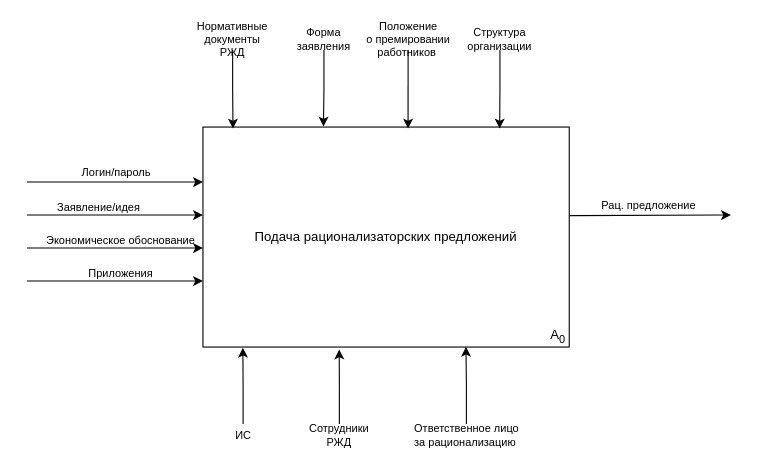
Above: page "IDEF0" (1 of 4) of IDEF0.drawio in Ideas-maker/diagram (draw.io), before the change. Source tidied: cells renumbered, new cells numbered last; positions are measured from the earlier drawing's top-left corner, leaving out a move shared by most shapes. Both pictures are drawn from the tidied source at 110%, with x=0, y=0 at pixel (26, 28).
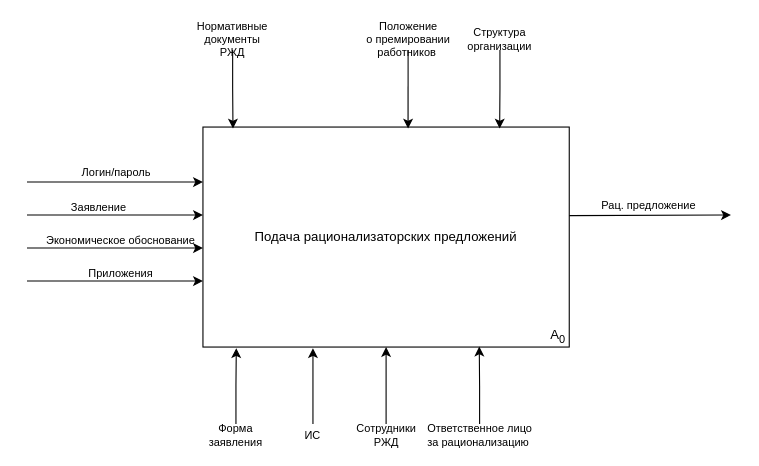
The same diagram, later.

The change refers to these unchanged cells:
```xml
<mxCell id="2" value="Подача рационализаторских предложений" style="rounded=0;whiteSpace=wrap;html=1;" parent="1" vertex="1">
  <mxGeometry x="160" y="90" width="333" height="200" as="geometry" />
</mxCell>
```

Diff of the diagram source:
```diff
@@
-    <mxCell id="7" value="Заявление/идея" style="text;html=1;align=center;verticalAlign=middle;spacingTop=-4;fontSize=10;labelPosition=center;verticalLabelPosition=middle;" parent="1" vertex="1">
-      <mxGeometry x="20" y="160" width="90" height="10" as="geometry" />
+    <mxCell id="7" value="Заявление" style="text;html=1;align=center;verticalAlign=middle;spacingTop=-4;fontSize=10;labelPosition=center;verticalLabelPosition=middle;" parent="1" vertex="1">
+      <mxGeometry x="30" y="160" width="70" height="10" as="geometry" />
     </mxCell>
@@
-    <mxCell id="10" style="edgeStyle=orthogonalEdgeStyle;rounded=0;jettySize=auto;html=1;exitX=0.5;exitY=1;exitDx=0;exitDy=0;entryX=0.329;entryY=-0.002;entryDx=0;entryDy=0;entryPerimeter=0;fontSize=10;" parent="1" edge="1" source="11" target="2">
+    <mxCell id="10" style="edgeStyle=orthogonalEdgeStyle;rounded=0;jettySize=auto;html=1;exitX=0.5;exitY=0;exitDx=0;exitDy=0;entryX=0.091;entryY=1.005;entryDx=0;entryDy=0;entryPerimeter=0;fontSize=10;" parent="1" edge="1" source="11" target="2">
       <mxGeometry relative="1" as="geometry" />
     </mxCell>
     <mxCell id="11" value="Форма заявления" style="text;html=1;strokeColor=none;fillColor=none;align=center;verticalAlign=middle;whiteSpace=wrap;rounded=0;fontSize=10;" parent="1" vertex="1">
-      <mxGeometry x="250" width="40" height="20" as="geometry" />
+      <mxGeometry x="170" y="360" width="40" height="20" as="geometry" />
     </mxCell>
@@
-    <mxCell id="14" style="edgeStyle=orthogonalEdgeStyle;rounded=0;jettySize=auto;html=1;exitX=0.5;exitY=0;exitDx=0;exitDy=0;entryX=0.109;entryY=1.003;entryDx=0;entryDy=0;entryPerimeter=0;fontSize=10;" parent="1" edge="1" source="15" target="2">
-      <mxGeometry relative="1" as="geometry" />
+    <mxCell id="14" style="edgeStyle=orthogonalEdgeStyle;rounded=0;jettySize=auto;html=1;exitX=0.5;exitY=0;exitDx=0;exitDy=0;fontSize=10;" parent="1" edge="1" source="15">
+      <mxGeometry relative="1" as="geometry">
+        <mxPoint x="260" y="291" as="targetPoint" />
+      </mxGeometry>
     </mxCell>
     <mxCell id="15" value="ИС" style="text;html=1;strokeColor=none;fillColor=none;align=center;verticalAlign=middle;whiteSpace=wrap;rounded=0;fontSize=10;" parent="1" vertex="1">
-      <mxGeometry x="176.5" y="360" width="40" height="20" as="geometry" />
+      <mxGeometry x="240" y="360" width="40" height="20" as="geometry" />
     </mxCell>
@@
-    <mxCell id="18" style="edgeStyle=orthogonalEdgeStyle;rounded=0;jettySize=auto;html=1;entryX=0.372;entryY=1.011;entryDx=0;entryDy=0;entryPerimeter=0;fontSize=10;" parent="1" edge="1" source="19" target="2">
+    <mxCell id="18" style="edgeStyle=orthogonalEdgeStyle;rounded=0;jettySize=auto;html=1;entryX=0.5;entryY=1;entryDx=0;entryDy=0;fontSize=10;" parent="1" edge="1" source="19" target="2">
       <mxGeometry relative="1" as="geometry" />
     </mxCell>
     <mxCell id="19" value="Сотрудники РЖД" style="text;html=1;strokeColor=none;fillColor=none;align=center;verticalAlign=middle;whiteSpace=wrap;rounded=0;fontSize=10;" parent="1" vertex="1">
-      <mxGeometry x="264" y="360" width="40" height="20" as="geometry" />
+      <mxGeometry x="306.5" y="360" width="40" height="20" as="geometry" />
     </mxCell>
-    <mxCell id="20" style="edgeStyle=orthogonalEdgeStyle;rounded=0;jettySize=auto;html=1;exitX=0.5;exitY=0;exitDx=0;exitDy=0;entryX=0.718;entryY=0.999;entryDx=0;entryDy=0;entryPerimeter=0;fontSize=10;" parent="1" edge="1" source="21" target="2">
-      <mxGeometry relative="1" as="geometry" />
+    <mxCell id="20" style="edgeStyle=orthogonalEdgeStyle;rounded=0;jettySize=auto;html=1;exitX=0.5;exitY=0;exitDx=0;exitDy=0;entryX=0.718;entryY=0.999;entryDx=0;entryDy=0;entryPerimeter=0;fontSize=10;" parent="1" edge="1" source="21">
+      <mxGeometry relative="1" as="geometry">
+        <mxPoint x="411.2" y="289.6" as="targetPoint" />
+      </mxGeometry>
     </mxCell>
     <mxCell id="21" value="Ответственное лицо за рационализацию&amp;nbsp;" style="text;html=1;strokeColor=none;fillColor=none;align=center;verticalAlign=middle;whiteSpace=wrap;rounded=0;fontSize=10;" parent="1" vertex="1">
-      <mxGeometry x="344.5" y="360" width="110" height="20" as="geometry" />
+      <mxGeometry x="356.5" y="360" width="110" height="20" as="geometry" />
     </mxCell>
```
